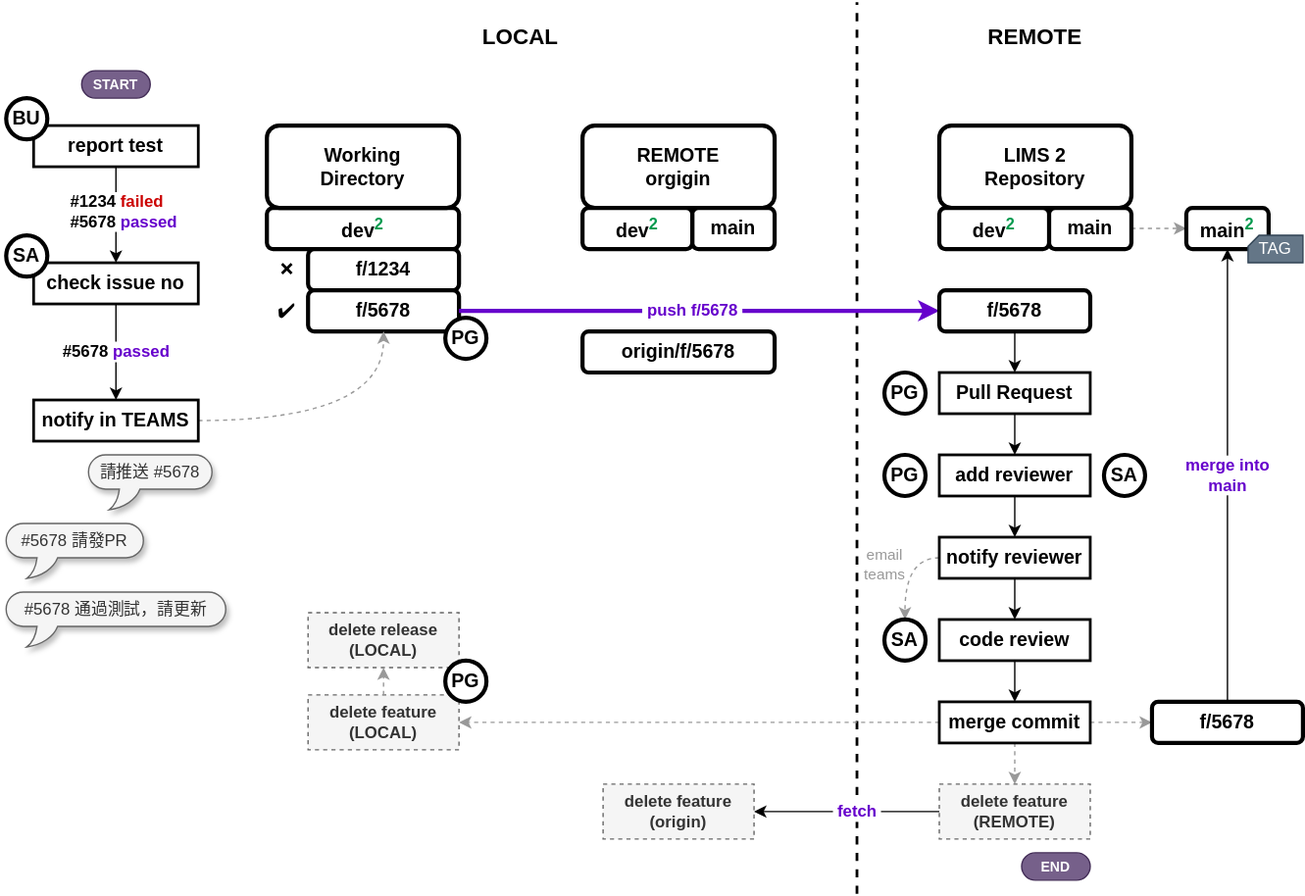
dpi627/SGS.OAD.GitTraining keeps this draw.io diagram as asset/lims-weekly-update-oad.svg. Above is the earlier version. Source tidied: cells renumbered, new cells last; positions are measured from the earlier drawing's top-left corner, leaving out a move shared by most shapes.
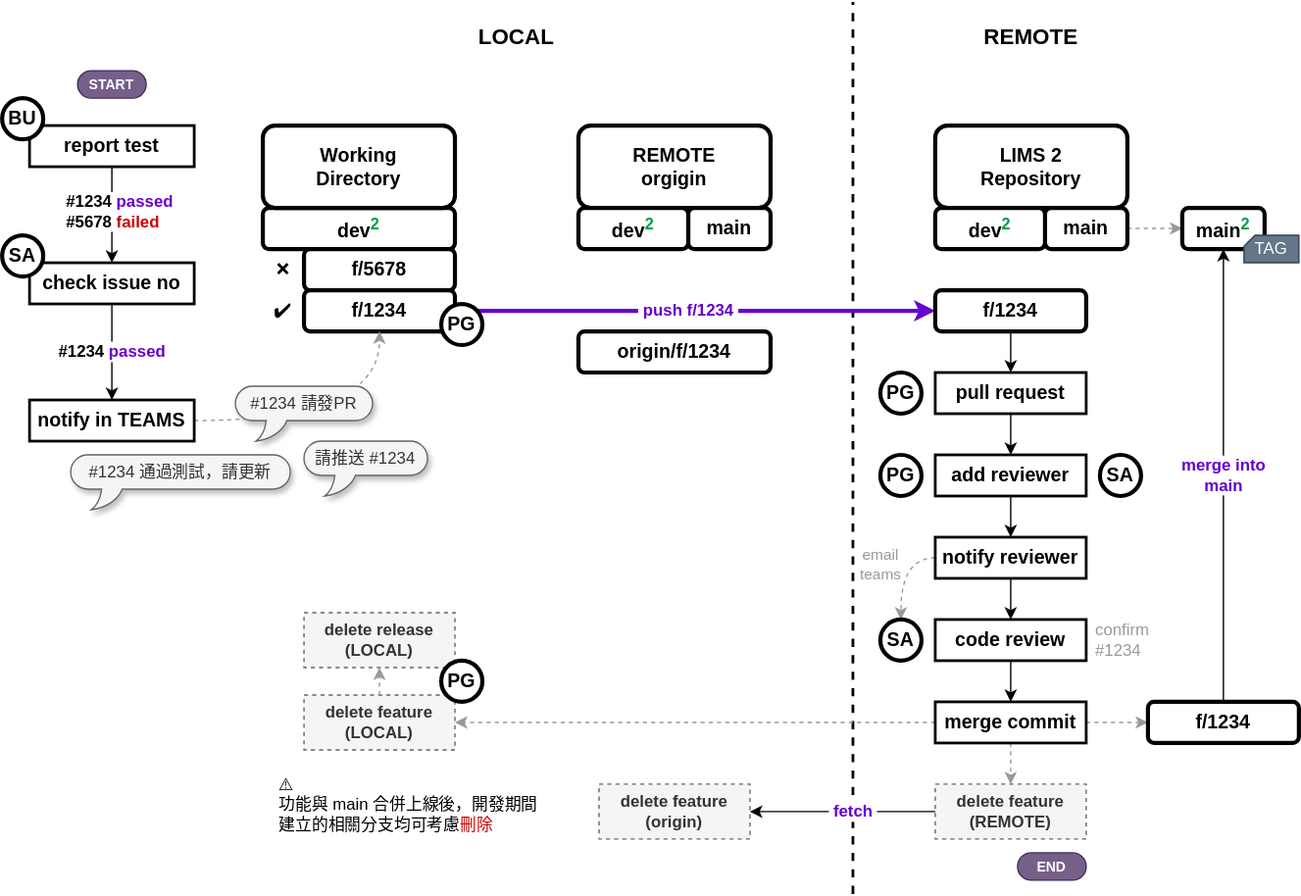
The same file after the commit.

What changed in the source:
```diff
@@ -35,7 +35,7 @@
     <mxCell id="11" value="Working&lt;div style=&quot;--tw-border-spacing-x: 0; --tw-border-spacing-y: 0; --tw-translate-x: 0; --tw-translate-y: 0; --tw-rotate: 0; --tw-skew-x: 0; --tw-skew-y: 0; --tw-scale-x: 1; --tw-scale-y: 1; --tw-pan-x: ; --tw-pan-y: ; --tw-pinch-zoom: ; --tw-scroll-snap-strictness: proximity; --tw-ordinal: ; --tw-slashed-zero: ; --tw-numeric-figure: ; --tw-numeric-spacing: ; --tw-numeric-fraction: ; --tw-ring-inset: ; --tw-ring-offset-width: 0px; --tw-ring-offset-color: #fff; --tw-ring-color: rgb(59 130 246 / .5); --tw-ring-offset-shadow: 0 0 #0000; --tw-ring-shadow: 0 0 #0000; --tw-shadow: 0 0 #0000; --tw-shadow-colored: 0 0 #0000; --tw-blur: ; --tw-brightness: ; --tw-contrast: ; --tw-grayscale: ; --tw-hue-rotate: ; --tw-invert: ; --tw-saturate: ; --tw-sepia: ; --tw-drop-shadow: ; --tw-backdrop-blur: ; --tw-backdrop-brightness: ; --tw-backdrop-contrast: ; --tw-backdrop-grayscale: ; --tw-backdrop-hue-rotate: ; --tw-backdrop-invert: ; --tw-backdrop-opacity: ; --tw-backdrop-saturate: ; --tw-backdrop-sepia: ;&quot;&gt;Directory&lt;/div&gt;" style="rounded=1;whiteSpace=wrap;html=1;strokeWidth=3;fontSize=14;fontStyle=1;" parent="1" vertex="1">
       <mxGeometry x="190" y="90" width="140" height="60" as="geometry" />
     </mxCell>
-    <mxCell id="12" value="#5678 &lt;font color=&quot;#6600cc&quot;&gt;passed&lt;/font&gt;" style="edgeStyle=orthogonalEdgeStyle;rounded=0;jettySize=auto;html=1;exitX=0.5;exitY=1;exitDx=0;exitDy=0;entryX=0.5;entryY=0;entryDx=0;entryDy=0;fontSize=12;fontStyle=1;" parent="1" edge="1" source="23" target="21">
+    <mxCell id="12" value="#1234&amp;nbsp;&lt;font color=&quot;#6600cc&quot;&gt;passed&lt;/font&gt;" style="edgeStyle=orthogonalEdgeStyle;rounded=0;jettySize=auto;html=1;exitX=0.5;exitY=1;exitDx=0;exitDy=0;entryX=0.5;entryY=0;entryDx=0;entryDy=0;fontSize=12;fontStyle=1;" parent="1" edge="1" source="23" target="21">
       <mxGeometry relative="1" as="geometry">
         <Array as="points">
           <mxPoint x="80" y="260" />
@@ -49,10 +49,10 @@
     <mxCell id="14" value="END" style="rounded=1;whiteSpace=wrap;html=1;arcSize=50;fontSize=10;fillColor=#76608a;fontColor=#ffffff;strokeColor=#432D57;fontStyle=1;" parent="1" vertex="1">
       <mxGeometry x="740" y="620" width="50" height="20" as="geometry" />
     </mxCell>
-    <mxCell id="15" value="f/1234" style="rounded=1;whiteSpace=wrap;html=1;strokeWidth=3;fontSize=14;fontStyle=1;" parent="1" vertex="1">
+    <mxCell id="15" value="f/5678" style="rounded=1;whiteSpace=wrap;html=1;strokeWidth=3;fontSize=14;fontStyle=1;" parent="1" vertex="1">
       <mxGeometry x="220" y="180" width="110" height="30" as="geometry" />
     </mxCell>
-    <mxCell id="16" value="f/5678" style="rounded=1;whiteSpace=wrap;html=1;strokeWidth=3;fontSize=14;fontStyle=1;" parent="1" vertex="1">
+    <mxCell id="16" value="f/1234" style="rounded=1;whiteSpace=wrap;html=1;strokeWidth=3;fontSize=14;fontStyle=1;" parent="1" vertex="1">
       <mxGeometry x="220" y="210" width="110" height="30" as="geometry" />
     </mxCell>
     <mxCell id="17" value="✔️" style="text;html=1;align=center;verticalAlign=middle;whiteSpace=wrap;rounded=0;fontSize=14;" parent="1" vertex="1">
@@ -61,7 +61,7 @@
     <mxCell id="18" value="❌" style="text;html=1;align=center;verticalAlign=middle;whiteSpace=wrap;rounded=0;" parent="1" vertex="1">
       <mxGeometry x="190" y="180" width="30" height="30" as="geometry" />
     </mxCell>
-    <mxCell id="19" value="&amp;nbsp;push f/5678&amp;nbsp;" style="edgeStyle=orthogonalEdgeStyle;rounded=0;jettySize=auto;html=1;exitX=1;exitY=0.5;exitDx=0;exitDy=0;entryX=0;entryY=0.5;entryDx=0;entryDy=0;strokeColor=#6600CC;align=center;verticalAlign=middle;fontFamily=Helvetica;fontSize=12;fontColor=#6600CC;fontStyle=1;labelBackgroundColor=default;endArrow=classic;strokeWidth=3;" parent="1" edge="1" source="16" target="32">
+    <mxCell id="19" value="&amp;nbsp;push f/1234&amp;nbsp;" style="edgeStyle=orthogonalEdgeStyle;rounded=0;jettySize=auto;html=1;exitX=1;exitY=0.5;exitDx=0;exitDy=0;entryX=0;entryY=0.5;entryDx=0;entryDy=0;strokeColor=#6600CC;align=center;verticalAlign=middle;fontFamily=Helvetica;fontSize=12;fontColor=#6600CC;fontStyle=1;labelBackgroundColor=default;endArrow=classic;strokeWidth=3;" parent="1" edge="1" source="16" target="32">
       <mxGeometry x="-0.03" relative="1" as="geometry" />
     </mxCell>
     <mxCell id="20" style="edgeStyle=orthogonalEdgeStyle;rounded=0;jettySize=auto;html=1;exitX=1;exitY=0.5;exitDx=0;exitDy=0;curved=1;dashed=1;strokeColor=#999999;align=center;verticalAlign=middle;fontFamily=Helvetica;fontSize=11;fontColor=default;labelBackgroundColor=default;endArrow=classic;" parent="1" edge="1" source="21" target="16">
@@ -76,11 +76,11 @@
     <mxCell id="23" value="check issue no" style="rounded=0;whiteSpace=wrap;html=1;strokeWidth=2;fontSize=14;fontStyle=1;" parent="1" vertex="1">
       <mxGeometry x="20" y="190" width="120" height="30" as="geometry" />
     </mxCell>
-    <mxCell id="24" value="#1234 &lt;font color=&quot;#cc0000&quot; style=&quot;font-size: 12px;&quot;&gt;failed&lt;/font&gt;&lt;div style=&quot;font-size: 12px;&quot;&gt;#5678 &lt;font color=&quot;#6600cc&quot; style=&quot;font-size: 12px;&quot;&gt;passed&lt;/font&gt;&lt;/div&gt;" style="edgeStyle=orthogonalEdgeStyle;rounded=0;jettySize=auto;html=1;exitX=0.5;exitY=1;exitDx=0;exitDy=0;entryX=0.5;entryY=0;entryDx=0;entryDy=0;fontSize=12;align=left;fontStyle=1;" parent="1" edge="1" source="22" target="23">
+    <mxCell id="24" value="#1234&amp;nbsp;&lt;span style=&quot;color: rgb(102, 0, 204);&quot;&gt;passed&lt;/span&gt;&lt;div style=&quot;font-size: 12px;&quot;&gt;#5678&amp;nbsp;&lt;span style=&quot;color: rgb(204, 0, 0);&quot;&gt;failed&lt;/span&gt;&lt;/div&gt;" style="edgeStyle=orthogonalEdgeStyle;rounded=0;jettySize=auto;html=1;exitX=0.5;exitY=1;exitDx=0;exitDy=0;entryX=0.5;entryY=0;entryDx=0;entryDy=0;fontSize=12;align=left;fontStyle=1;" parent="1" edge="1" source="22" target="23">
       <mxGeometry x="-0.05" y="-35" relative="1" as="geometry" />
     </mxCell>
-    <mxCell id="25" value="請推送 #5678" style="whiteSpace=wrap;html=1;shape=mxgraph.basic.roundRectCallout;dx=30;dy=15;size=22;boundedLbl=1;shadow=1;fillColor=#f5f5f5;fontColor=#333333;strokeColor=#666666;" parent="1" vertex="1">
-      <mxGeometry x="60" y="330" width="90" height="40" as="geometry" />
+    <mxCell id="25" value="請推送 #1234" style="whiteSpace=wrap;html=1;shape=mxgraph.basic.roundRectCallout;dx=30;dy=15;size=22;boundedLbl=1;shadow=1;fillColor=#f5f5f5;fontColor=#333333;strokeColor=#666666;" parent="1" vertex="1">
+      <mxGeometry x="220" y="320" width="90" height="40" as="geometry" />
     </mxCell>
     <mxCell id="26" value="BU" style="ellipse;whiteSpace=wrap;html=1;fontStyle=1;strokeWidth=3;fontSize=14;" parent="1" vertex="1">
       <mxGeometry y="70" width="30" height="30" as="geometry" />
@@ -88,25 +88,25 @@
     <mxCell id="27" value="SA" style="ellipse;whiteSpace=wrap;html=1;fontStyle=1;strokeWidth=3;fontSize=14;" parent="1" vertex="1">
       <mxGeometry y="170" width="30" height="30" as="geometry" />
     </mxCell>
-    <mxCell id="28" value="#5678 請發PR" style="whiteSpace=wrap;html=1;shape=mxgraph.basic.roundRectCallout;dx=30;dy=15;size=22;boundedLbl=1;shadow=1;fillColor=#f5f5f5;fontColor=#333333;strokeColor=#666666;" parent="1" vertex="1">
-      <mxGeometry y="380" width="100" height="40" as="geometry" />
+    <mxCell id="28" value="#1234 請發PR" style="whiteSpace=wrap;html=1;shape=mxgraph.basic.roundRectCallout;dx=30;dy=15;size=22;boundedLbl=1;shadow=1;fillColor=#f5f5f5;fontColor=#333333;strokeColor=#666666;" parent="1" vertex="1">
+      <mxGeometry x="170" y="280" width="100" height="40" as="geometry" />
     </mxCell>
-    <mxCell id="29" value="#5678 通過測試，請更新" style="whiteSpace=wrap;html=1;shape=mxgraph.basic.roundRectCallout;dx=30;dy=15;size=22;boundedLbl=1;shadow=1;fillColor=#f5f5f5;fontColor=#333333;strokeColor=#666666;" parent="1" vertex="1">
-      <mxGeometry y="430" width="160" height="40" as="geometry" />
+    <mxCell id="29" value="#1234 通過測試，請更新" style="whiteSpace=wrap;html=1;shape=mxgraph.basic.roundRectCallout;dx=30;dy=15;size=22;boundedLbl=1;shadow=1;fillColor=#f5f5f5;fontColor=#333333;strokeColor=#666666;" parent="1" vertex="1">
+      <mxGeometry x="50" y="330" width="160" height="40" as="geometry" />
     </mxCell>
     <mxCell id="30" value="PG" style="ellipse;whiteSpace=wrap;html=1;fontStyle=1;strokeWidth=3;fontSize=14;" parent="1" vertex="1">
-      <mxGeometry x="320" y="230" width="30" height="30" as="geometry" />
+      <mxGeometry x="320" y="220" width="30" height="30" as="geometry" />
     </mxCell>
     <mxCell id="31" style="edgeStyle=orthogonalEdgeStyle;rounded=0;jettySize=auto;html=1;exitX=0.5;exitY=1;exitDx=0;exitDy=0;entryX=0.5;entryY=0;entryDx=0;entryDy=0;" parent="1" edge="1" source="32" target="34">
       <mxGeometry relative="1" as="geometry" />
     </mxCell>
-    <mxCell id="32" value="f/5678" style="rounded=1;whiteSpace=wrap;html=1;strokeWidth=3;fontSize=14;fontStyle=1;" parent="1" vertex="1">
+    <mxCell id="32" value="f/1234" style="rounded=1;whiteSpace=wrap;html=1;strokeWidth=3;fontSize=14;fontStyle=1;" parent="1" vertex="1">
       <mxGeometry x="680" y="210" width="110" height="30" as="geometry" />
     </mxCell>
     <mxCell id="33" style="edgeStyle=orthogonalEdgeStyle;rounded=0;jettySize=auto;html=1;exitX=0.5;exitY=1;exitDx=0;exitDy=0;entryX=0.5;entryY=0;entryDx=0;entryDy=0;" parent="1" edge="1" source="34" target="36">
       <mxGeometry relative="1" as="geometry" />
     </mxCell>
-    <mxCell id="34" value="&lt;div&gt;Pull Request&lt;/div&gt;" style="rounded=0;whiteSpace=wrap;html=1;strokeWidth=2;fontSize=14;fontStyle=1;" parent="1" vertex="1">
+    <mxCell id="34" value="&lt;div&gt;pull request&lt;/div&gt;" style="rounded=0;whiteSpace=wrap;html=1;strokeWidth=2;fontSize=14;fontStyle=1;" parent="1" vertex="1">
       <mxGeometry x="680" y="270" width="110" height="30" as="geometry" />
     </mxCell>
     <mxCell id="35" style="edgeStyle=orthogonalEdgeStyle;rounded=0;jettySize=auto;html=1;exitX=0.5;exitY=1;exitDx=0;exitDy=0;entryX=0.5;entryY=0;entryDx=0;entryDy=0;" parent="1" edge="1" source="36" target="50">
@@ -136,7 +136,7 @@
     <mxCell id="43" value="merge into&lt;div&gt;main&lt;/div&gt;" style="edgeStyle=orthogonalEdgeStyle;rounded=0;jettySize=auto;html=1;exitX=0.5;exitY=0;exitDx=0;exitDy=0;entryX=0.5;entryY=1;entryDx=0;entryDy=0;fontSize=12;fontColor=#6600CC;fontStyle=1;" parent="1" edge="1" source="44" target="45">
       <mxGeometry relative="1" as="geometry" />
     </mxCell>
-    <mxCell id="44" value="f/5678" style="rounded=1;whiteSpace=wrap;html=1;strokeWidth=3;fontSize=14;fontStyle=1;" parent="1" vertex="1">
+    <mxCell id="44" value="f/1234" style="rounded=1;whiteSpace=wrap;html=1;strokeWidth=3;fontSize=14;fontStyle=1;" parent="1" vertex="1">
       <mxGeometry x="835" y="510" width="110" height="30" as="geometry" />
     </mxCell>
     <mxCell id="45" value="main&lt;sup&gt;&lt;font color=&quot;#00994d&quot;&gt;2&lt;/font&gt;&lt;/sup&gt;" style="rounded=1;whiteSpace=wrap;html=1;strokeWidth=3;fontSize=14;fontStyle=1;" parent="1" vertex="1">
@@ -169,7 +169,7 @@
     <mxCell id="54" value="TAG" style="shape=card;whiteSpace=wrap;html=1;size=8;fillColor=#647687;fontColor=#ffffff;strokeColor=#314354;" parent="1" vertex="1">
       <mxGeometry x="905" y="170" width="40" height="20" as="geometry" />
     </mxCell>
-    <mxCell id="55" value="origin/f/5678" style="rounded=1;whiteSpace=wrap;html=1;strokeWidth=3;fontSize=14;fontStyle=1;" parent="1" vertex="1">
+    <mxCell id="55" value="origin/f/1234" style="rounded=1;whiteSpace=wrap;html=1;strokeWidth=3;fontSize=14;fontStyle=1;" parent="1" vertex="1">
       <mxGeometry x="420" y="240" width="140" height="30" as="geometry" />
     </mxCell>
     <mxCell id="56" value="delete feature&lt;div&gt;(origin)&lt;/div&gt;" style="text;html=1;align=center;verticalAlign=middle;whiteSpace=wrap;rounded=0;strokeColor=#666666;dashed=1;fillColor=#f5f5f5;fontColor=#333333;fontStyle=1;" parent="1" vertex="1">
@@ -196,5 +196,11 @@
     <mxCell id="63" value="PG" style="ellipse;whiteSpace=wrap;html=1;fontStyle=1;strokeWidth=3;fontSize=14;" parent="1" vertex="1">
       <mxGeometry x="640" y="270" width="30" height="30" as="geometry" />
     </mxCell>
+    <mxCell id="64" value="confirm&lt;div&gt;#1234&lt;/div&gt;" style="text;html=1;align=left;verticalAlign=middle;whiteSpace=wrap;rounded=0;fontColor=#999999;" parent="1" vertex="1">
+      <mxGeometry x="795" y="450" width="60" height="30" as="geometry" />
+    </mxCell>
+    <mxCell id="65" value="⚠️&lt;br&gt;功能與 main 合併上線後，開發期間建立的相關分支均可考慮&lt;font color=&quot;#cc0000&quot;&gt;刪除&lt;/font&gt;" style="text;html=1;align=left;verticalAlign=middle;whiteSpace=wrap;rounded=0;" parent="1" vertex="1">
+      <mxGeometry x="200" y="560" width="200" height="50" as="geometry" />
+    </mxCell>
   </root>
 </mxGraphModel>
```
